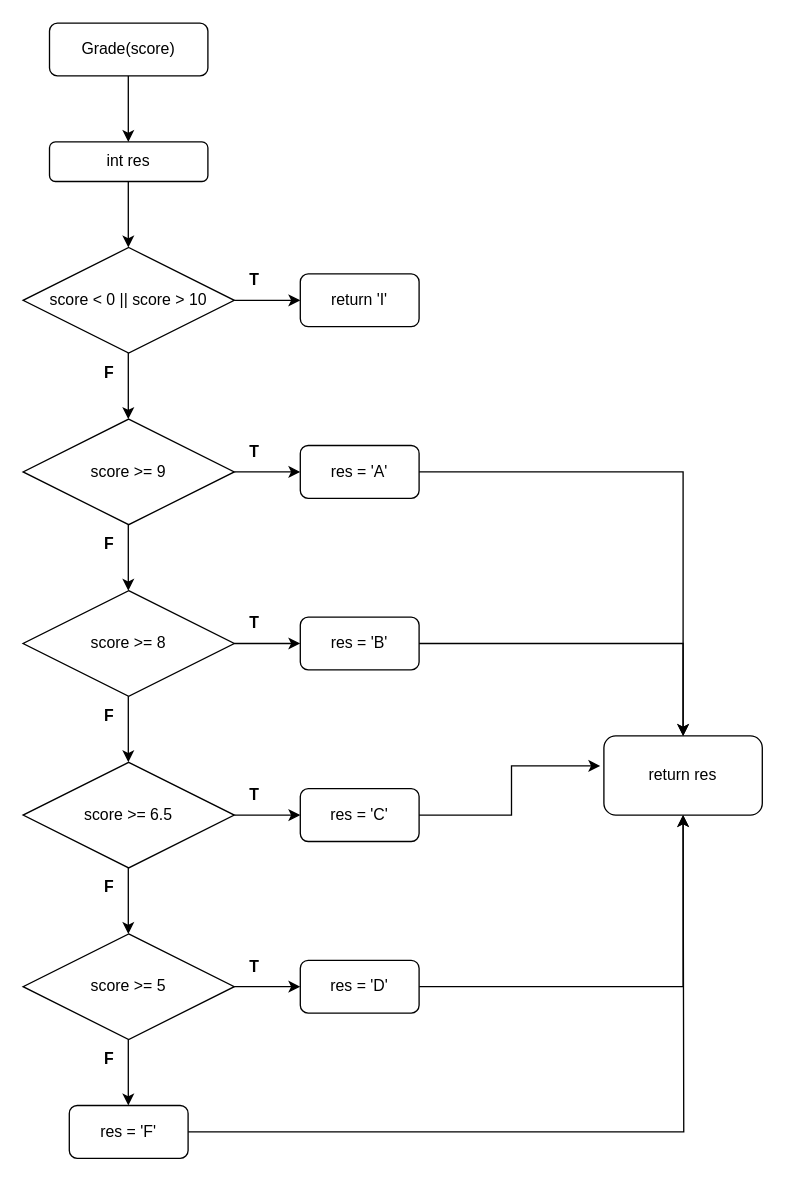
Above: Control Flow Testing/Untitled Diagram.drawio in tenmo2003/Testing_Homework (draw.io), before the change. Source tidied: cells renumbered, new cells numbered last; positions are measured from the earlier drawing's top-left corner, leaving out a move shared by most shapes. Both pictures are drawn from the tidied source at 132%, with x=0, y=0 at pixel (22, 22).
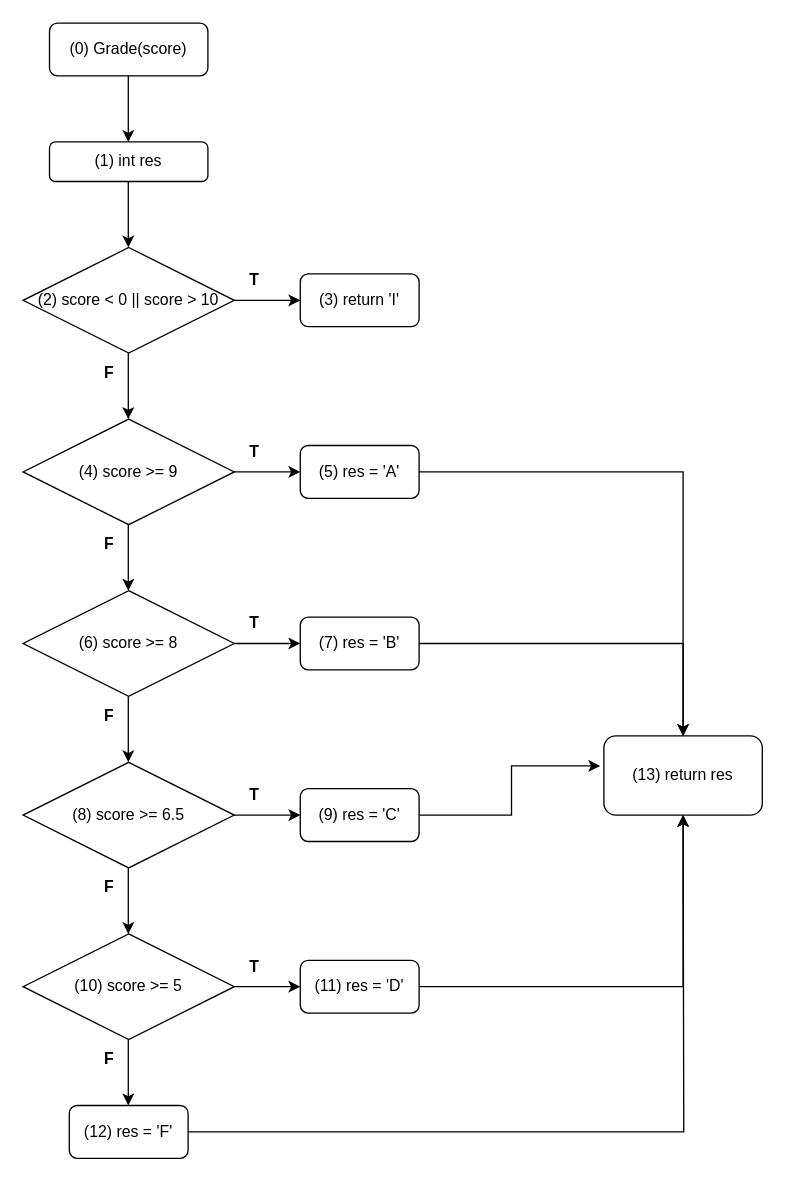
The same page after the edit.

The edit, as a diff of the source:
```diff
@@
-    <mxCell id="2" value="&lt;span id=&quot;selected_text&quot;&gt;&lt;/span&gt;Grade(score)" style="rounded=1;whiteSpace=wrap;html=1;fontSize=12;glass=0;strokeWidth=1;shadow=0;" parent="1" vertex="1">
+    <mxCell id="2" value="&lt;span id=&quot;selected_text&quot;&gt;&lt;/span&gt;&lt;span id=&quot;selected_text&quot;&gt;&lt;/span&gt;&lt;span id=&quot;selected_text&quot;&gt;&lt;/span&gt;&lt;span id=&quot;selected_text&quot;&gt;&lt;/span&gt;(0) Grade(score)" style="rounded=1;whiteSpace=wrap;html=1;fontSize=12;glass=0;strokeWidth=1;shadow=0;" parent="1" vertex="1">
       <mxGeometry x="20" width="120" height="40" as="geometry" />
     </mxCell>
@@
-    <mxCell id="4" value="int res" style="rounded=1;whiteSpace=wrap;html=1;" parent="1" vertex="1">
+    <mxCell id="4" value="&lt;span id=&quot;selected_text&quot;&gt;&lt;/span&gt;&lt;span id=&quot;selected_text&quot;&gt;&lt;/span&gt;&lt;span id=&quot;selected_text&quot;&gt;&lt;/span&gt;(1) int res" style="rounded=1;whiteSpace=wrap;html=1;" parent="1" vertex="1">
       <mxGeometry x="20" y="90" width="120" height="30" as="geometry" />
     </mxCell>
@@
-    <mxCell id="6" value="score &amp;lt; 0 || score &amp;gt; 10" style="rhombus;whiteSpace=wrap;html=1;" parent="1" vertex="1">
+    <mxCell id="6" value="&lt;span id=&quot;selected_text&quot;&gt;&lt;/span&gt;&lt;span id=&quot;selected_text&quot;&gt;&lt;/span&gt;(2) score &amp;lt; 0 || score &amp;gt; 10" style="rhombus;whiteSpace=wrap;html=1;" parent="1" vertex="1">
       <mxGeometry y="170" width="160" height="80" as="geometry" />
     </mxCell>
@@
-    <mxCell id="8" value="&lt;span id=&quot;selected_text&quot;&gt;&lt;/span&gt;&lt;span id=&quot;selected_text&quot;&gt;&lt;/span&gt;&lt;span id=&quot;selected_text&quot;&gt;&lt;/span&gt;&lt;span id=&quot;selected_text&quot;&gt;&lt;/span&gt;return 'I'" style="rounded=1;whiteSpace=wrap;html=1;" parent="1" vertex="1">
+    <mxCell id="8" value="&lt;span id=&quot;selected_text&quot;&gt;&lt;/span&gt;&lt;span id=&quot;selected_text&quot;&gt;&lt;/span&gt;&lt;span id=&quot;selected_text&quot;&gt;&lt;/span&gt;&lt;span id=&quot;selected_text&quot;&gt;&lt;/span&gt;&lt;span id=&quot;selected_text&quot;&gt;&lt;/span&gt;&lt;span id=&quot;selected_text&quot;&gt;&lt;/span&gt;(3) return 'I'" style="rounded=1;whiteSpace=wrap;html=1;" parent="1" vertex="1">
       <mxGeometry x="210" y="190" width="90" height="40" as="geometry" />
     </mxCell>
@@
-    <mxCell id="12" value="&lt;span id=&quot;selected_text&quot;&gt;&lt;/span&gt;&lt;span id=&quot;selected_text&quot;&gt;&lt;/span&gt;score &amp;gt;= 9" style="rhombus;whiteSpace=wrap;html=1;" parent="1" vertex="1">
+    <mxCell id="12" value="&lt;span id=&quot;selected_text&quot;&gt;&lt;/span&gt;&lt;span id=&quot;selected_text&quot;&gt;&lt;/span&gt;&lt;span id=&quot;selected_text&quot;&gt;&lt;/span&gt;&lt;span id=&quot;selected_text&quot;&gt;&lt;/span&gt;(4) score &amp;gt;= 9" style="rhombus;whiteSpace=wrap;html=1;" parent="1" vertex="1">
       <mxGeometry y="300" width="160" height="80" as="geometry" />
     </mxCell>
@@
-    <mxCell id="14" value="&lt;span id=&quot;selected_text&quot;&gt;&lt;/span&gt;&lt;span id=&quot;selected_text&quot;&gt;&lt;/span&gt;&lt;span id=&quot;selected_text&quot;&gt;&lt;/span&gt;&lt;span id=&quot;selected_text&quot;&gt;&lt;/span&gt;&lt;span id=&quot;selected_text&quot;&gt;&lt;/span&gt;&lt;span id=&quot;selected_text&quot;&gt;&lt;/span&gt;&lt;span id=&quot;selected_text&quot;&gt;&lt;/span&gt;&lt;span id=&quot;selected_text&quot;&gt;&lt;/span&gt;res = 'A'" style="rounded=1;whiteSpace=wrap;html=1;" parent="1" vertex="1">
+    <mxCell id="14" value="&lt;span id=&quot;selected_text&quot;&gt;&lt;/span&gt;&lt;span id=&quot;selected_text&quot;&gt;&lt;/span&gt;&lt;span id=&quot;selected_text&quot;&gt;&lt;/span&gt;&lt;span id=&quot;selected_text&quot;&gt;&lt;/span&gt;&lt;span id=&quot;selected_text&quot;&gt;&lt;/span&gt;&lt;span id=&quot;selected_text&quot;&gt;&lt;/span&gt;&lt;span id=&quot;selected_text&quot;&gt;&lt;/span&gt;&lt;span id=&quot;selected_text&quot;&gt;&lt;/span&gt;&lt;span id=&quot;selected_text&quot;&gt;&lt;/span&gt;&lt;span id=&quot;selected_text&quot;&gt;&lt;/span&gt;(5) res = 'A'" style="rounded=1;whiteSpace=wrap;html=1;" parent="1" vertex="1">
       <mxGeometry x="210" y="320" width="90" height="40" as="geometry" />
     </mxCell>
@@
-    <mxCell id="18" value="&lt;span id=&quot;selected_text&quot;&gt;&lt;/span&gt;&lt;span id=&quot;selected_text&quot;&gt;&lt;/span&gt;score &amp;gt;= 8" style="rhombus;whiteSpace=wrap;html=1;" parent="1" vertex="1">
+    <mxCell id="18" value="&lt;span id=&quot;selected_text&quot;&gt;&lt;/span&gt;&lt;span id=&quot;selected_text&quot;&gt;&lt;/span&gt;&lt;span id=&quot;selected_text&quot;&gt;&lt;/span&gt;&lt;span id=&quot;selected_text&quot;&gt;&lt;/span&gt;(6) score &amp;gt;= 8" style="rhombus;whiteSpace=wrap;html=1;" parent="1" vertex="1">
       <mxGeometry y="430" width="160" height="80" as="geometry" />
     </mxCell>
@@
-    <mxCell id="20" value="&lt;span id=&quot;selected_text&quot;&gt;&lt;/span&gt;&lt;span id=&quot;selected_text&quot;&gt;&lt;/span&gt;&lt;span id=&quot;selected_text&quot;&gt;&lt;/span&gt;&lt;span id=&quot;selected_text&quot;&gt;&lt;/span&gt;&lt;span id=&quot;selected_text&quot;&gt;&lt;/span&gt;&lt;span id=&quot;selected_text&quot;&gt;&lt;/span&gt;&lt;span id=&quot;selected_text&quot;&gt;&lt;/span&gt;&lt;span id=&quot;selected_text&quot;&gt;&lt;/span&gt;&lt;span id=&quot;selected_text&quot;&gt;&lt;/span&gt;res = 'B'" style="rounded=1;whiteSpace=wrap;html=1;" parent="1" vertex="1">
+    <mxCell id="20" value="&lt;span id=&quot;selected_text&quot;&gt;&lt;/span&gt;&lt;span id=&quot;selected_text&quot;&gt;&lt;/span&gt;&lt;span id=&quot;selected_text&quot;&gt;&lt;/span&gt;&lt;span id=&quot;selected_text&quot;&gt;&lt;/span&gt;&lt;span id=&quot;selected_text&quot;&gt;&lt;/span&gt;&lt;span id=&quot;selected_text&quot;&gt;&lt;/span&gt;&lt;span id=&quot;selected_text&quot;&gt;&lt;/span&gt;&lt;span id=&quot;selected_text&quot;&gt;&lt;/span&gt;&lt;span id=&quot;selected_text&quot;&gt;&lt;/span&gt;&lt;span id=&quot;selected_text&quot;&gt;&lt;/span&gt;&lt;span id=&quot;selected_text&quot;&gt;&lt;/span&gt;(7) res = 'B'" style="rounded=1;whiteSpace=wrap;html=1;" parent="1" vertex="1">
       <mxGeometry x="210" y="450" width="90" height="40" as="geometry" />
     </mxCell>
@@
-    <mxCell id="24" value="&lt;span id=&quot;selected_text&quot;&gt;&lt;/span&gt;&lt;span id=&quot;selected_text&quot;&gt;&lt;/span&gt;score &amp;gt;= 6.5" style="rhombus;whiteSpace=wrap;html=1;" parent="1" vertex="1">
+    <mxCell id="24" value="&lt;span id=&quot;selected_text&quot;&gt;&lt;/span&gt;&lt;span id=&quot;selected_text&quot;&gt;&lt;/span&gt;&lt;span id=&quot;selected_text&quot;&gt;&lt;/span&gt;&lt;span id=&quot;selected_text&quot;&gt;&lt;/span&gt;(8) score &amp;gt;= 6.5" style="rhombus;whiteSpace=wrap;html=1;" parent="1" vertex="1">
       <mxGeometry y="560" width="160" height="80" as="geometry" />
     </mxCell>
@@
-    <mxCell id="26" value="res = 'C'" style="rounded=1;whiteSpace=wrap;html=1;" parent="1" vertex="1">
+    <mxCell id="26" value="&lt;span id=&quot;selected_text&quot;&gt;&lt;/span&gt;&lt;span id=&quot;selected_text&quot;&gt;&lt;/span&gt;(9) res = 'C'" style="rounded=1;whiteSpace=wrap;html=1;" parent="1" vertex="1">
       <mxGeometry x="210" y="580" width="90" height="40" as="geometry" />
     </mxCell>
@@
-    <mxCell id="30" value="&lt;span id=&quot;selected_text&quot;&gt;&lt;/span&gt;&lt;span id=&quot;selected_text&quot;&gt;&lt;/span&gt;score &amp;gt;= 5" style="rhombus;whiteSpace=wrap;html=1;" parent="1" vertex="1">
+    <mxCell id="30" value="&lt;span id=&quot;selected_text&quot;&gt;&lt;/span&gt;&lt;span id=&quot;selected_text&quot;&gt;&lt;/span&gt;&lt;span id=&quot;selected_text&quot;&gt;&lt;/span&gt;&lt;span id=&quot;selected_text&quot;&gt;&lt;/span&gt;(10) score &amp;gt;= 5" style="rhombus;whiteSpace=wrap;html=1;" parent="1" vertex="1">
       <mxGeometry y="690" width="160" height="80" as="geometry" />
     </mxCell>
@@
-    <mxCell id="33" value="res = 'D'" style="rounded=1;whiteSpace=wrap;html=1;" parent="1" vertex="1">
+    <mxCell id="33" value="&lt;span id=&quot;selected_text&quot;&gt;&lt;/span&gt;&lt;span id=&quot;selected_text&quot;&gt;&lt;/span&gt;(11) res = 'D'" style="rounded=1;whiteSpace=wrap;html=1;" parent="1" vertex="1">
       <mxGeometry x="210" y="710" width="90" height="40" as="geometry" />
     </mxCell>
@@
-    <mxCell id="38" value="&lt;span id=&quot;selected_text&quot;&gt;&lt;/span&gt;&lt;span id=&quot;selected_text&quot;&gt;&lt;/span&gt;&lt;span id=&quot;selected_text&quot;&gt;&lt;/span&gt;&lt;span id=&quot;selected_text&quot;&gt;&lt;/span&gt;&lt;span id=&quot;selected_text&quot;&gt;&lt;/span&gt;&lt;span id=&quot;selected_text&quot;&gt;&lt;/span&gt;res = 'F'" style="rounded=1;whiteSpace=wrap;html=1;" parent="1" vertex="1">
+    <mxCell id="38" value="&lt;span id=&quot;selected_text&quot;&gt;&lt;/span&gt;&lt;span id=&quot;selected_text&quot;&gt;&lt;/span&gt;&lt;span id=&quot;selected_text&quot;&gt;&lt;/span&gt;&lt;span id=&quot;selected_text&quot;&gt;&lt;/span&gt;&lt;span id=&quot;selected_text&quot;&gt;&lt;/span&gt;&lt;span id=&quot;selected_text&quot;&gt;&lt;/span&gt;&lt;span id=&quot;selected_text&quot;&gt;&lt;/span&gt;&lt;span id=&quot;selected_text&quot;&gt;&lt;/span&gt;(12) res = 'F'" style="rounded=1;whiteSpace=wrap;html=1;" parent="1" vertex="1">
       <mxGeometry x="35" y="820" width="90" height="40" as="geometry" />
     </mxCell>
-    <mxCell id="39" value="return res" style="rounded=1;whiteSpace=wrap;html=1;" parent="1" vertex="1">
+    <mxCell id="39" value="&lt;span id=&quot;selected_text&quot;&gt;&lt;/span&gt;&lt;span id=&quot;selected_text&quot;&gt;&lt;/span&gt;(13) return res" style="rounded=1;whiteSpace=wrap;html=1;" parent="1" vertex="1">
       <mxGeometry x="440" y="540" width="120" height="60" as="geometry" />
     </mxCell>
```
